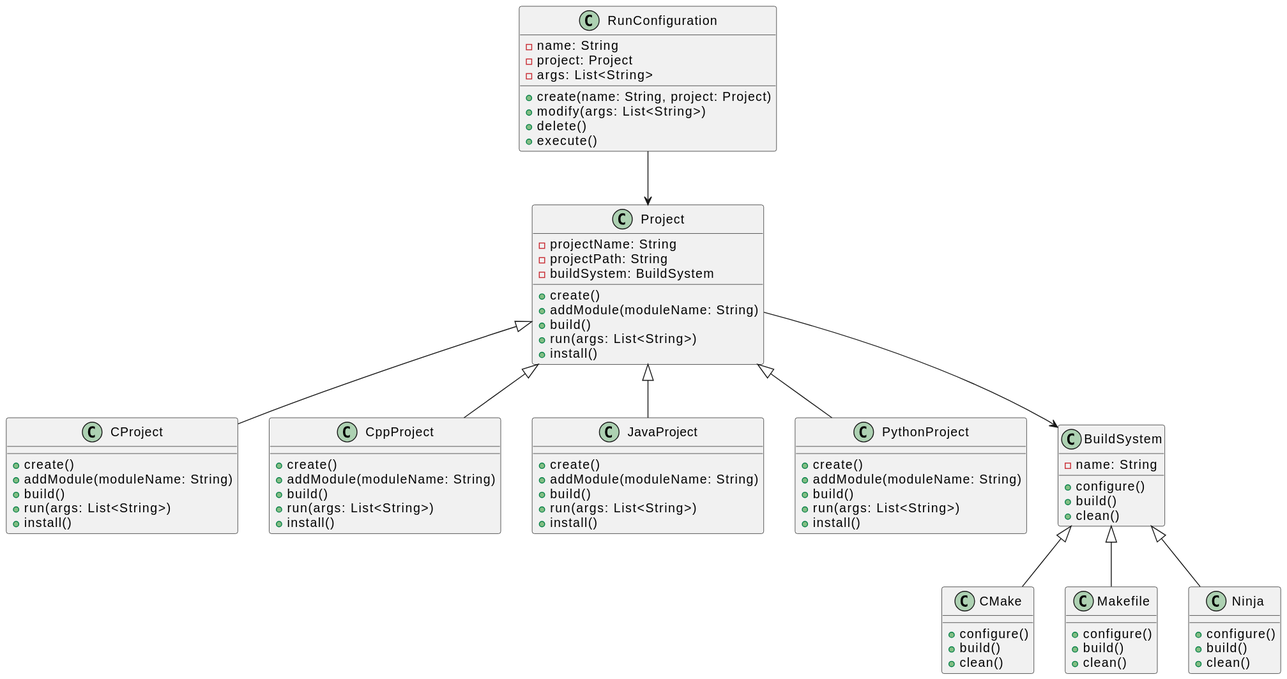
Before: uml.svg, a diagram exported from PlantUML (Paul-Passeron/ProjetLAOA).
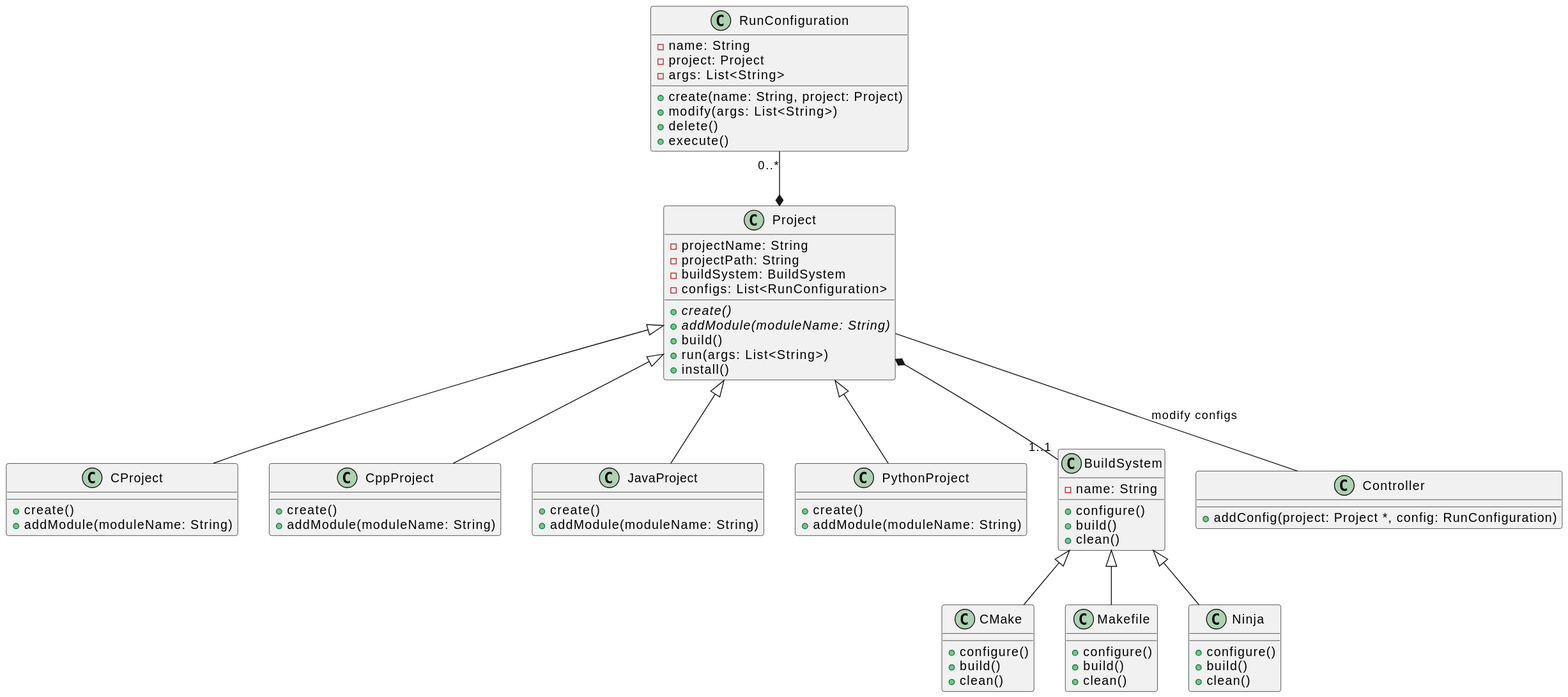
Above is the later version.

Diff of the diagram source:
```diff
@@ -3,8 +3,9 @@
     - projectName: String
     - projectPath: String
     - buildSystem: BuildSystem
-    + create()
-    + addModule(moduleName: String)
+    - configs: List<RunConfiguration>
+    + {abstract} create()
+    + {abstract} addModule(moduleName: String)
     + build()
     + run(args: List<String>)
     + install()
@@ -13,33 +14,21 @@
 class CProject {
     + create()
     + addModule(moduleName: String)
-    + build()
-    + run(args: List<String>)
-    + install()
 }
 
 class CppProject {
     + create()
     + addModule(moduleName: String)
-    + build()
-    + run(args: List<String>)
-    + install()
 }
 
 class JavaProject {
     + create()
     + addModule(moduleName: String)
-    + build()
-    + run(args: List<String>)
-    + install()
 }
 
 class PythonProject {
     + create()
     + addModule(moduleName: String)
-    + build()
-    + run(args: List<String>)
-    + install()
 }
 
 class RunConfiguration {
@@ -77,15 +66,22 @@
     + clean()
 }
 
+class Controller {
+  + addConfig(project: Project *, config: RunConfiguration)
+}
+
+
+Project *-- "1..1" BuildSystem
+Project -- Controller: modify configs
+RunConfiguration "0..*" --* Project
+
+BuildSystem <|-- CMake
+BuildSystem <|-- Makefile
+BuildSystem <|-- Ninja
+
+
 Project <|-- CProject
 Project <|-- CppProject
 Project <|-- JavaProject
 Project <|-- PythonProject
-
-Project --> BuildSystem
-RunConfiguration --> Project
-
-BuildSystem <|-- CMake
-BuildSystem <|-- Makefile
-BuildSystem <|-- Ninja
 @enduml
```
